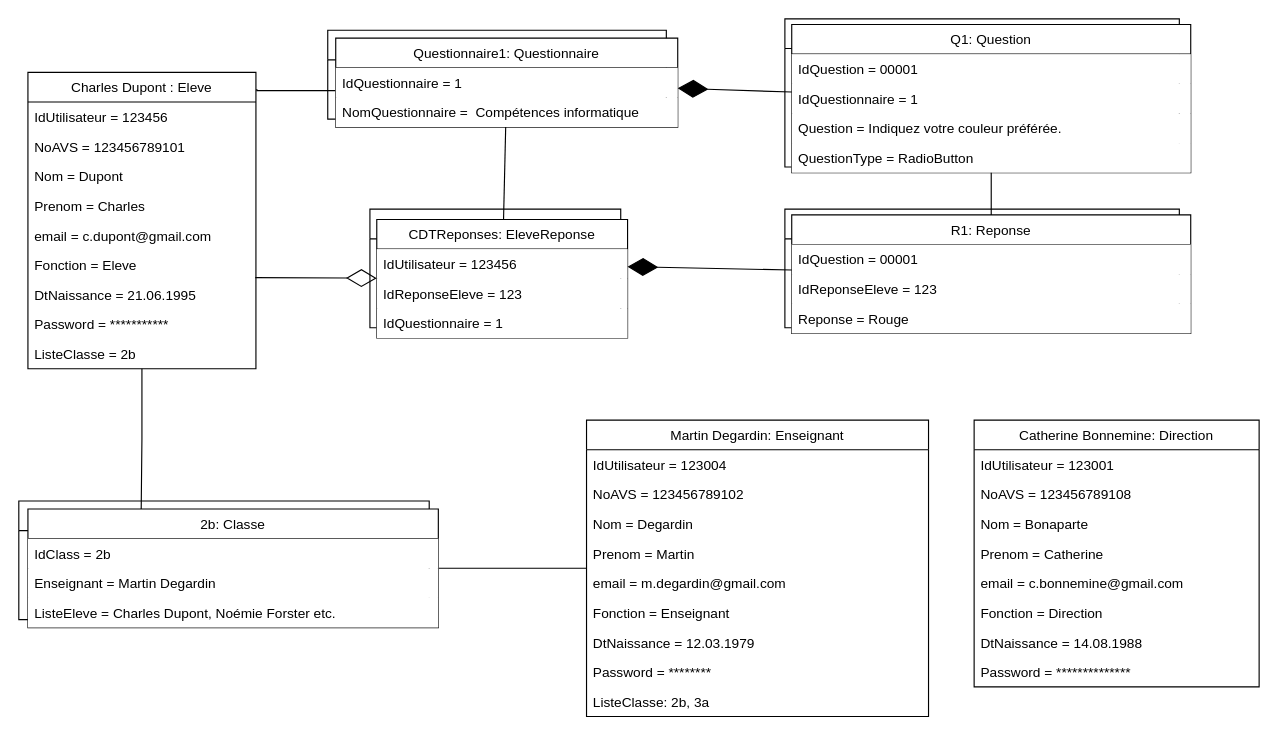
This is ObjectDiagramEleve.drawio from Devetik/Diagrammes, a draw.io file, before an edit. Source tidied: cells renumbered, new cells numbered last; positions are measured from the earlier drawing's top-left corner, leaving out a move shared by most shapes. Both pictures are drawn from the tidied source at 114%, with x=0, y=0 at pixel (18, 18).
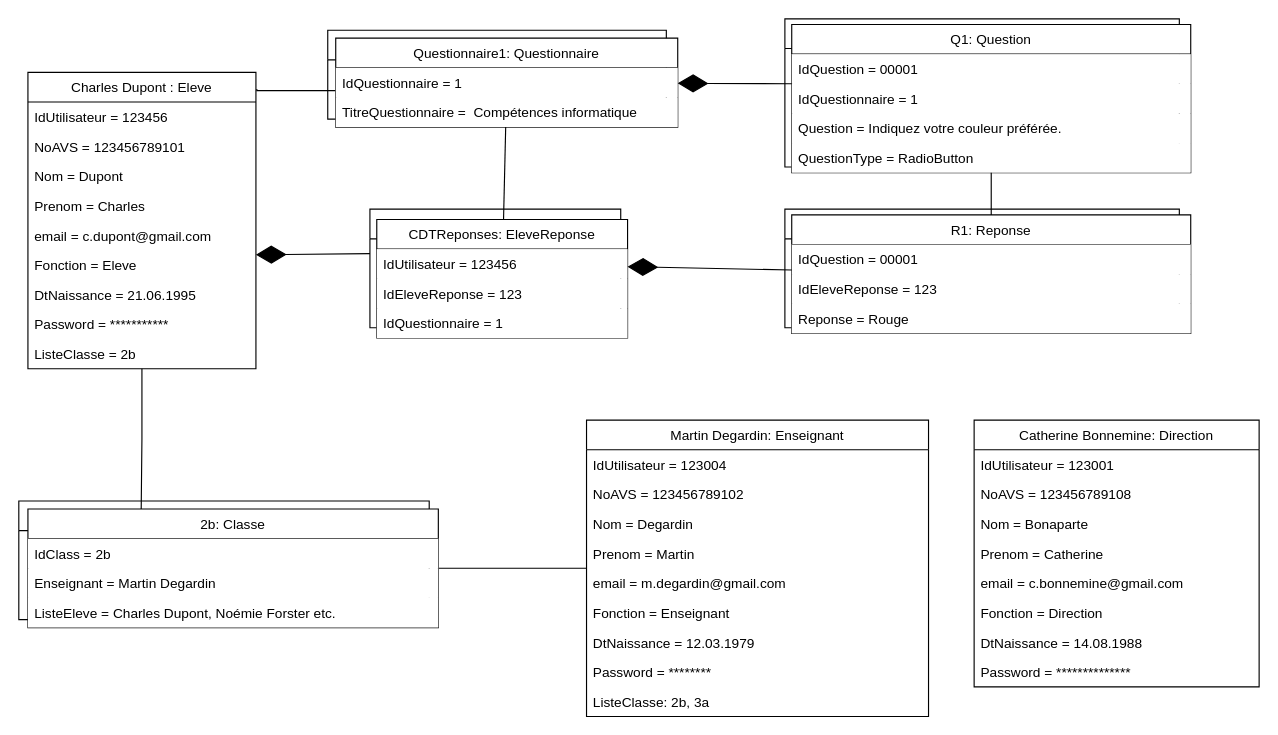
Above is the later version.

The change refers to these unchanged cells:
```xml
<mxCell id="15" value=" " style="text;strokeColor=none;fillColor=none;align=left;verticalAlign=top;spacingLeft=4;spacingRight=4;overflow=hidden;points=[[0,0.5],[1,0.5]];portConstraint=eastwest;" parent="14" vertex="1">
  <mxGeometry y="26" width="220" height="26" as="geometry" />
</mxCell>
<mxCell id="26" value="Fonction = Eleve" style="text;strokeColor=none;fillColor=none;align=left;verticalAlign=top;spacingLeft=4;spacingRight=4;overflow=hidden;points=[[0,0.5],[1,0.5]];portConstraint=eastwest;" parent="20" vertex="1">
  <mxGeometry y="156" width="200" height="26" as="geometry" />
</mxCell>
<mxCell id="30" value="Q1: Question" style="swimlane;fontStyle=0;horizontal=1;startSize=26;fillColor=default;" parent="1" vertex="1">
  <mxGeometry x="678" y="5" width="350" height="130" as="geometry" />
</mxCell>
<mxCell id="35" value="Questionnaire1: Questionnaire" style="swimlane;fontStyle=0;horizontal=1;startSize=26;fillColor=default;" parent="1" vertex="1">
  <mxGeometry x="278" y="17" width="300" height="78" as="geometry" />
</mxCell>
<mxCell id="63" value="CDTReponses: EleveReponse" style="swimlane;fontStyle=0;horizontal=1;startSize=26;fillColor=default;gradientColor=none;" parent="1" vertex="1">
  <mxGeometry x="314" y="176" width="220" height="104" as="geometry" />
</mxCell>
<mxCell id="74" value="R1: Reponse" style="swimlane;fontStyle=0;horizontal=1;startSize=26;fillColor=default;" parent="1" vertex="1">
  <mxGeometry x="678" y="172" width="350" height="104" as="geometry" />
</mxCell>
```

Change to the diagram source:
```diff
@@
-    <mxCell id="37" value="NomQuestionnaire =  Compétences informatique" style="text;strokeColor=none;fillColor=default;align=left;verticalAlign=top;spacingLeft=4;spacingRight=4;overflow=hidden;" parent="35" vertex="1">
+    <mxCell id="37" value="TitreQuestionnaire =  Compétences informatique" style="text;strokeColor=none;fillColor=default;align=left;verticalAlign=top;spacingLeft=4;spacingRight=4;overflow=hidden;" parent="35" vertex="1">
       <mxGeometry y="52" width="300" height="26" as="geometry" />
     </mxCell>
@@
-    <mxCell id="65" value="IdReponseEleve = 123" style="text;strokeColor=none;fillColor=default;align=left;verticalAlign=top;spacingLeft=4;spacingRight=4;overflow=hidden;" parent="63" vertex="1">
+    <mxCell id="65" value="IdEleveReponse = 123" style="text;strokeColor=none;fillColor=default;align=left;verticalAlign=top;spacingLeft=4;spacingRight=4;overflow=hidden;" parent="63" vertex="1">
       <mxGeometry y="52" width="220" height="26" as="geometry" />
     </mxCell>
@@
-    <mxCell id="67" style="endArrow=diamondThin;endFill=1;endSize=24;html=1;rounded=0;" parent="1" edge="1" source="30" target="35">
-      <mxGeometry relative="1" as="geometry" />
+    <mxCell id="67" style="endArrow=diamondThin;endFill=1;endSize=24;html=1;rounded=0;" parent="1" edge="1" target="35">
+      <mxGeometry relative="1" as="geometry">
+        <mxPoint x="678" y="57" as="sourcePoint" />
+      </mxGeometry>
     </mxCell>
-    <mxCell id="68" style="endArrow=diamondThin;endFill=0;endSize=24;html=1;rounded=0;exitX=0.997;exitY=0.923;exitDx=0;exitDy=0;exitPerimeter=0;" parent="1" edge="1" source="26" target="63">
-      <mxGeometry relative="1" as="geometry" />
-    </mxCell>
@@
-    <mxCell id="76" value="IdReponseEleve = 123" style="text;strokeColor=none;fillColor=default;align=left;verticalAlign=top;spacingLeft=4;spacingRight=4;overflow=hidden;" parent="74" vertex="1">
+    <mxCell id="76" value="IdEleveReponse = 123" style="text;strokeColor=none;fillColor=default;align=left;verticalAlign=top;spacingLeft=4;spacingRight=4;overflow=hidden;" parent="74" vertex="1">
       <mxGeometry y="52" width="350" height="26" as="geometry" />
     </mxCell>
@@
+    <mxCell id="79" style="endArrow=diamondThin;endFill=1;endSize=24;html=1;rounded=0;exitX=0;exitY=0.5;exitDx=0;exitDy=0;entryX=1;entryY=0.154;entryDx=0;entryDy=0;entryPerimeter=0;" parent="1" edge="1" source="15" target="26">
+      <mxGeometry relative="1" as="geometry" />
+    </mxCell>
```
